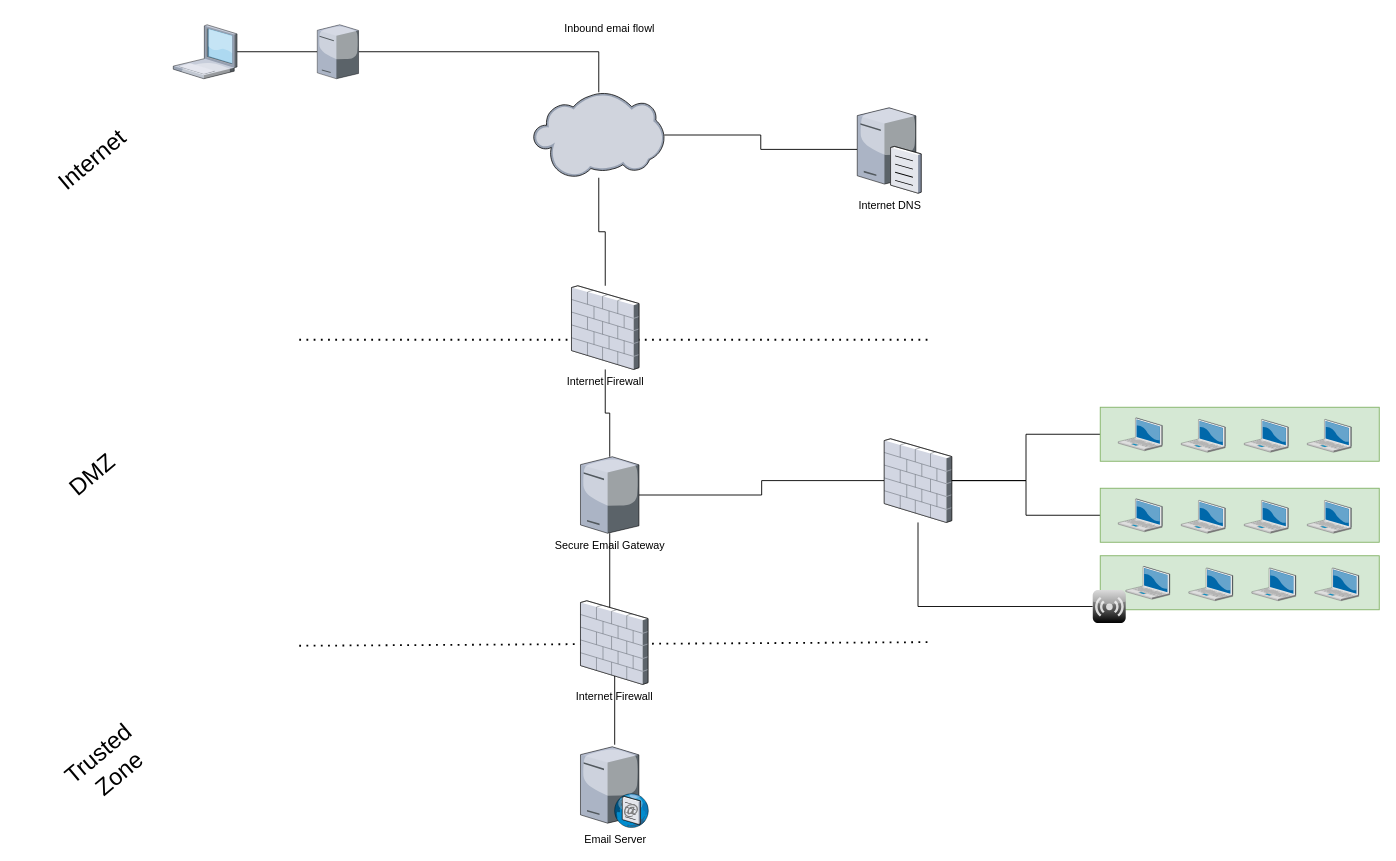
Before: Untitled Diagram.drawio in dachachacha/dotfiles, a draw.io diagram. Source tidied: cells renumbered, new cells numbered last; positions are measured from the earlier drawing's top-left corner, leaving out a move shared by most shapes. Both pictures are drawn from the tidied source at 90%, with x=0, y=0 at pixel (65, 15).
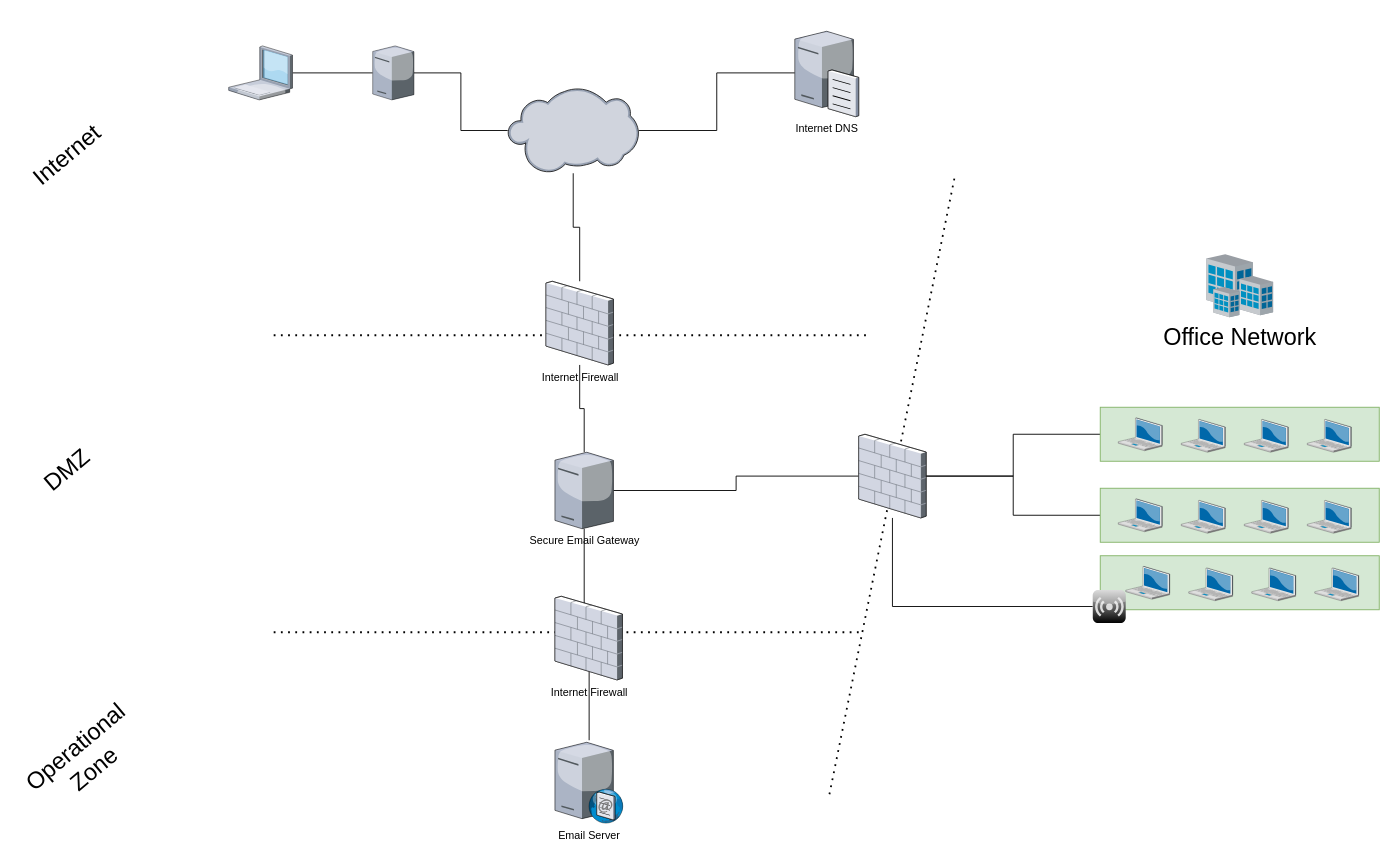
The same page after the edit.

Unchanged cells that the change refers to:
```xml
<mxCell id="25" style="rounded=0;whiteSpace=wrap;html=1;fontSize=26;align=left;fillColor=#d5e8d4;strokeColor=#82b366;" parent="1" vertex="1">
  <mxGeometry x="1150" y="435" width="310" height="60" as="geometry" />
</mxCell>
```

Diff of the diagram source:
```diff
@@
+    <mxCell id="43" style="endArrow=none;dashed=1;html=1;dashPattern=1 3;strokeWidth=2;rounded=0;fontSize=26;" parent="1" edge="1">
+      <mxGeometry relative="1" as="geometry">
+        <mxPoint x="849.1" y="865" as="sourcePoint" />
+        <mxPoint x="989.1" y="175" as="targetPoint" />
+      </mxGeometry>
+    </mxCell>
     <mxCell id="2" style="endArrow=none;dashed=1;html=1;dashPattern=1 3;strokeWidth=2;rounded=0;" parent="1" edge="1">
       <mxGeometry relative="1" as="geometry">
-        <mxPoint x="260" y="360" as="sourcePoint" />
-        <mxPoint x="960" y="360" as="targetPoint" />
+        <mxPoint x="231.6" y="355" as="sourcePoint" />
+        <mxPoint x="891.6" y="355" as="targetPoint" />
       </mxGeometry>
     </mxCell>
@@
     <mxCell id="4" style="verticalLabelPosition=bottom;sketch=0;html=1;verticalAlign=top;strokeColor=none;align=center;outlineConnect=0;shape=mxgraph.citrix.laptop_1;" parent="1" vertex="1">
-      <mxGeometry x="120" y="10" width="70.9" height="60" as="geometry" />
+      <mxGeometry x="181.6" y="33.5" width="70.9" height="60" as="geometry" />
     </mxCell>
@@
     <mxCell id="6" style="verticalLabelPosition=bottom;sketch=0;html=1;verticalAlign=top;strokeColor=none;align=center;outlineConnect=0;shape=mxgraph.citrix.license_server;" parent="1" vertex="1">
-      <mxGeometry x="280" y="10" width="45.9" height="60" as="geometry" />
+      <mxGeometry x="341.6" y="33.5" width="45.9" height="60" as="geometry" />
     </mxCell>
@@
     <mxCell id="9" style="verticalLabelPosition=bottom;sketch=0;html=1;verticalAlign=top;strokeColor=none;align=center;outlineConnect=0;shape=mxgraph.citrix.cloud;" parent="1" vertex="1">
-      <mxGeometry x="520" y="85" width="145.6" height="95" as="geometry" />
+      <mxGeometry x="491.6" y="80" width="145.6" height="95" as="geometry" />
     </mxCell>
     <mxCell id="10" value="Internet DNS" style="verticalLabelPosition=bottom;sketch=0;html=1;verticalAlign=top;strokeColor=none;align=center;outlineConnect=0;shape=mxgraph.citrix.file_server;" parent="1" vertex="1">
-      <mxGeometry x="880" y="100" width="71" height="97" as="geometry" />
+      <mxGeometry x="810.6" y="15" width="71" height="97" as="geometry" />
     </mxCell>
@@
     <mxCell id="12" value="Internet Firewall" style="verticalLabelPosition=bottom;sketch=0;html=1;verticalAlign=top;strokeColor=none;align=center;outlineConnect=0;shape=mxgraph.citrix.firewall;" parent="1" vertex="1">
-      <mxGeometry x="562.5" y="300" width="75" height="93" as="geometry" />
+      <mxGeometry x="534.1" y="295" width="75" height="93" as="geometry" />
     </mxCell>
     <mxCell id="13" value="Email Server" style="verticalLabelPosition=bottom;sketch=0;html=1;verticalAlign=top;strokeColor=none;align=center;outlineConnect=0;shape=mxgraph.citrix.smtp_server;" parent="1" vertex="1">
-      <mxGeometry x="572.5" y="810" width="76" height="92" as="geometry" />
+      <mxGeometry x="544.1" y="805" width="76" height="92" as="geometry" />
     </mxCell>
@@
     <mxCell id="16" value="Secure Email Gateway" style="verticalLabelPosition=bottom;sketch=0;html=1;verticalAlign=top;strokeColor=none;align=center;outlineConnect=0;shape=mxgraph.citrix.license_server;" parent="1" vertex="1">
-      <mxGeometry x="572.5" y="490" width="65" height="85" as="geometry" />
+      <mxGeometry x="544.1" y="485" width="65" height="85" as="geometry" />
     </mxCell>
-    <mxCell id="17" value="Inbound emai flowl" style="text;html=1;strokeColor=none;fillColor=none;align=center;verticalAlign=middle;whiteSpace=wrap;rounded=0;" parent="1" vertex="1">
-      <mxGeometry x="530" width="150" height="30" as="geometry" />
-    </mxCell>
     <mxCell id="18" value="&lt;font style=&quot;font-size: 26px;&quot;&gt;Internet&lt;/font&gt;" style="text;html=1;strokeColor=none;fillColor=none;align=center;verticalAlign=middle;whiteSpace=wrap;rounded=0;rotation=-40;" parent="1" vertex="1">
-      <mxGeometry y="140" width="60" height="40" as="geometry" />
+      <mxGeometry x="-28.4" y="135" width="60" height="40" as="geometry" />
     </mxCell>
     <mxCell id="19" value="&lt;font style=&quot;&quot;&gt;&lt;font style=&quot;font-size: 26px;&quot;&gt;DMZ&lt;/font&gt;&lt;br&gt;&lt;/font&gt;" style="text;html=1;strokeColor=none;fillColor=none;align=center;verticalAlign=middle;whiteSpace=wrap;rounded=0;rotation=-40;" parent="1" vertex="1">
-      <mxGeometry y="490" width="60" height="40" as="geometry" />
+      <mxGeometry x="-28.4" y="485" width="60" height="40" as="geometry" />
     </mxCell>
     <mxCell id="20" style="endArrow=none;dashed=1;html=1;dashPattern=1 3;strokeWidth=2;rounded=0;" parent="1" edge="1">
       <mxGeometry relative="1" as="geometry">
-        <mxPoint x="260" y="700" as="sourcePoint" />
-        <mxPoint x="960" y="696" as="targetPoint" />
+        <mxPoint x="231.6" y="685" as="sourcePoint" />
+        <mxPoint x="881.6" y="685" as="targetPoint" />
       </mxGeometry>
     </mxCell>
-    <mxCell id="21" value="&lt;font style=&quot;&quot;&gt;&lt;font style=&quot;font-size: 26px;&quot;&gt;Trusted&amp;nbsp; Zone&lt;/font&gt;&lt;br&gt;&lt;/font&gt;" style="text;html=1;strokeColor=none;fillColor=none;align=center;verticalAlign=middle;whiteSpace=wrap;rounded=0;rotation=-40;" parent="1" vertex="1">
-      <mxGeometry x="20" y="810" width="60" height="40" as="geometry" />
+    <mxCell id="21" value="&lt;font style=&quot;&quot;&gt;&lt;font style=&quot;font-size: 26px;&quot;&gt;&amp;nbsp;Operational&amp;nbsp; Zone&lt;/font&gt;&lt;br&gt;&lt;/font&gt;" style="text;html=1;strokeColor=none;fillColor=none;align=center;verticalAlign=middle;whiteSpace=wrap;rounded=0;rotation=-40;" parent="1" vertex="1">
+      <mxGeometry x="-8.4" y="805" width="60" height="40" as="geometry" />
     </mxCell>
     <mxCell id="22" value="Internet Firewall" style="verticalLabelPosition=bottom;sketch=0;html=1;verticalAlign=top;strokeColor=none;align=center;shape=mxgraph.citrix.firewall;" parent="1" vertex="1">
-      <mxGeometry x="572.5" y="650" width="75" height="93" as="geometry" />
+      <mxGeometry x="544.1" y="645" width="75" height="93" as="geometry" />
     </mxCell>
+    <mxCell id="24" style="edgeStyle=orthogonalEdgeStyle;rounded=0;jettySize=auto;html=1;fontSize=26;endArrow=none;endFill=0;" parent="1" edge="1" source="25" target="23">
+      <mxGeometry relative="1" as="geometry" />
+    </mxCell>
     <mxCell id="23" style="verticalLabelPosition=bottom;sketch=0;html=1;verticalAlign=top;strokeColor=none;align=center;outlineConnect=0;shape=mxgraph.citrix.firewall;fontSize=26;" parent="1" vertex="1">
-      <mxGeometry x="910" y="470" width="75" height="93" as="geometry" />
+      <mxGeometry x="881.6" y="465" width="75" height="93" as="geometry" />
     </mxCell>
-    <mxCell id="24" style="edgeStyle=orthogonalEdgeStyle;rounded=0;jettySize=auto;html=1;fontSize=26;endArrow=none;endFill=0;" parent="1" edge="1" source="25" target="23">
-      <mxGeometry relative="1" as="geometry" />
-    </mxCell>
@@
     <mxCell id="31" style="verticalLabelPosition=bottom;sketch=0;html=1;verticalAlign=top;strokeColor=none;align=center;shape=mxgraph.citrix.laptop_2;fontSize=26;" parent="1" vertex="1">
-      <mxGeometry x="1178.4" y="611.8" width="49" height="36.5" as="geometry" />
+      <mxGeometry x="1178.3" y="611.8" width="49" height="36.5" as="geometry" />
     </mxCell>
     <mxCell id="32" style="verticalLabelPosition=bottom;sketch=0;html=1;verticalAlign=top;strokeColor=none;align=center;shape=mxgraph.citrix.laptop_2;fontSize=26;" parent="1" vertex="1">
-      <mxGeometry x="1248.4" y="613.5" width="49" height="36.5" as="geometry" />
+      <mxGeometry x="1248.3" y="613.5" width="49" height="36.5" as="geometry" />
     </mxCell>
     <mxCell id="33" style="verticalLabelPosition=bottom;sketch=0;html=1;verticalAlign=top;strokeColor=none;align=center;shape=mxgraph.citrix.laptop_2;fontSize=26;" parent="1" vertex="1">
-      <mxGeometry x="1318.4" y="613.5" width="49" height="36.5" as="geometry" />
+      <mxGeometry x="1318.3" y="613.5" width="49" height="36.5" as="geometry" />
     </mxCell>
     <mxCell id="34" style="verticalLabelPosition=bottom;sketch=0;html=1;verticalAlign=top;strokeColor=none;align=center;shape=mxgraph.citrix.laptop_2;fontSize=26;" parent="1" vertex="1">
-      <mxGeometry x="1388.4" y="613.5" width="49" height="36.5" as="geometry" />
+      <mxGeometry x="1388.3" y="613.5" width="49" height="36.5" as="geometry" />
     </mxCell>
@@
+    <mxCell id="44" value="Office Network" style="verticalLabelPosition=bottom;sketch=0;html=1;verticalAlign=top;strokeColor=none;align=center;shape=mxgraph.citrix.site;fontSize=26;" parent="1" vertex="1">
+      <mxGeometry x="1267.9" y="265" width="74.2" height="70" as="geometry" />
+    </mxCell>
```
